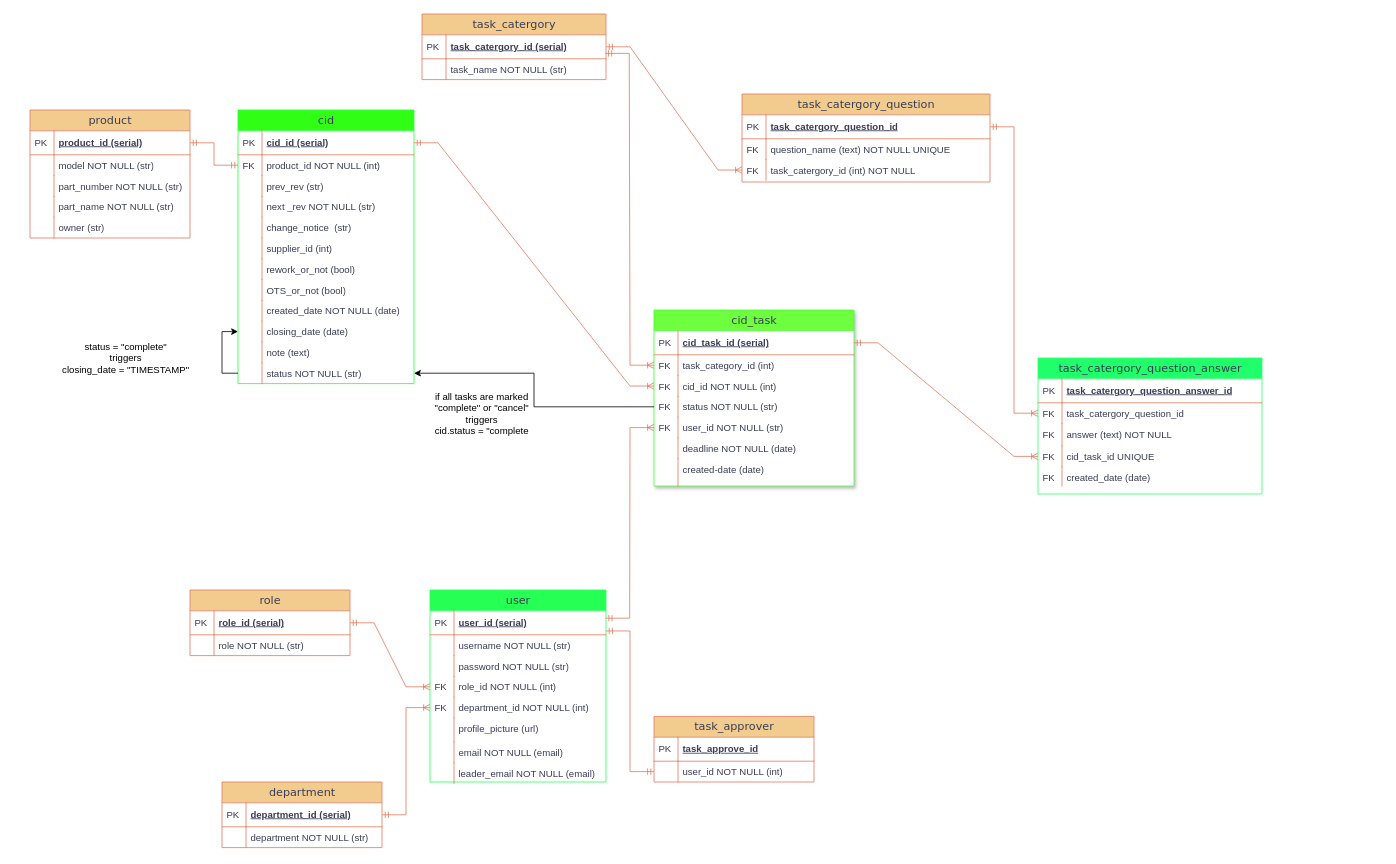
The draw.io diagram Untitled Diagram.drawio in HieuBuiCong/ResumeHieuBC, before the edit. Source tidied: cells renumbered, new cells numbered last; positions are measured from the earlier drawing's top-left corner, leaving out a move shared by most shapes. Both pictures are drawn from the tidied source at 80%, with x=0, y=0 at pixel (14, -106).
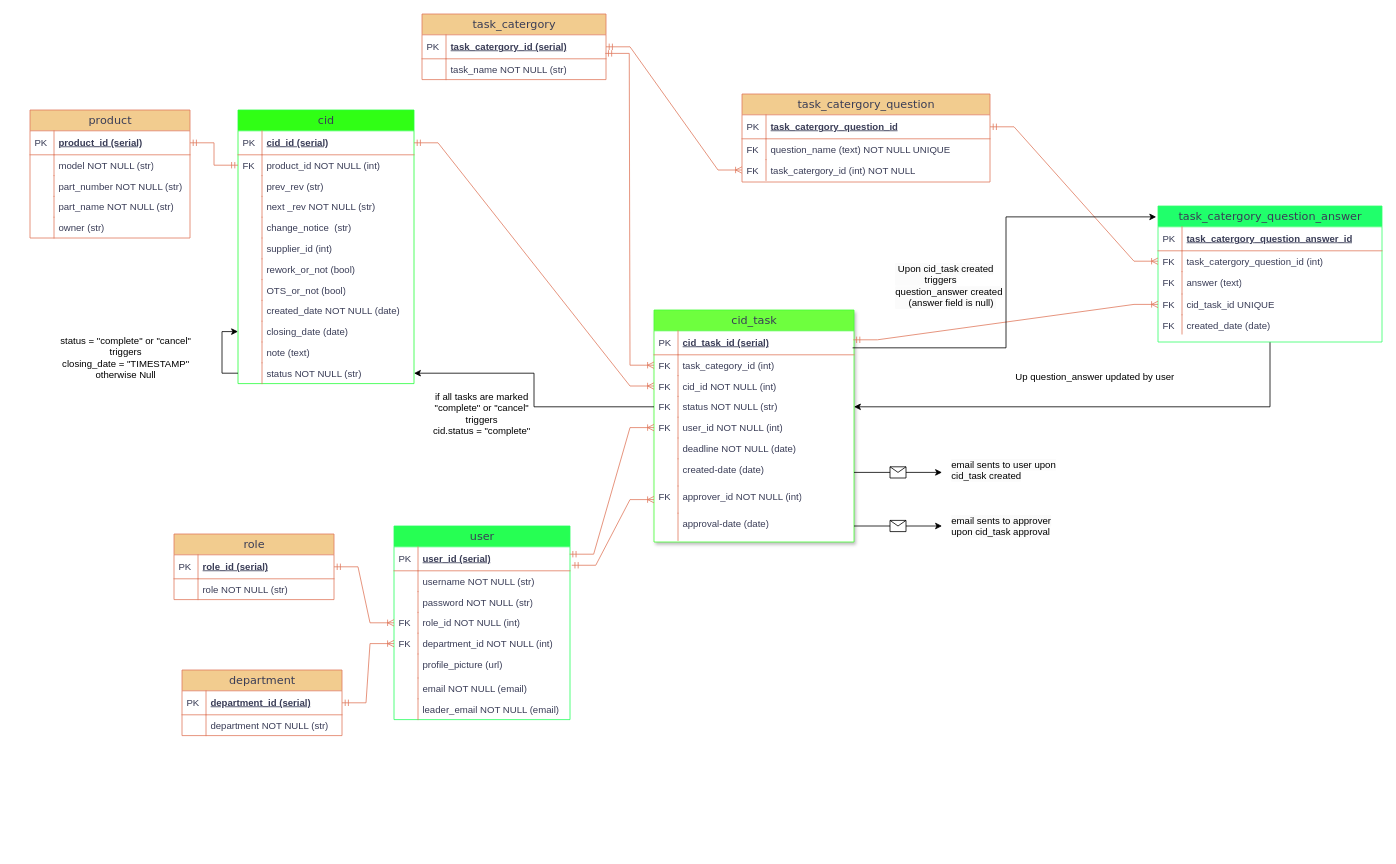
After the change.

Unchanged cells that the change refers to:
```xml
<mxCell id="3" value="user_id (serial)" style="shape=partialRectangle;top=0;left=0;right=0;bottom=1;html=1;align=left;verticalAlign=middle;fillColor=none;spacingLeft=34;spacingRight=4;whiteSpace=wrap;overflow=hidden;points=[[0,0.5],[1,0.5]];portConstraint=eastwest;fontStyle=5;strokeColor=#E07A5F;labelBackgroundColor=none;fontColor=#393C56;" parent="2" vertex="1">
  <mxGeometry y="26" width="220" height="30" as="geometry" />
</mxCell>
<mxCell id="70" value="cid_task_id (serial)" style="shape=partialRectangle;top=0;left=0;right=0;bottom=1;html=1;align=left;verticalAlign=middle;fillColor=none;spacingLeft=34;spacingRight=4;whiteSpace=wrap;overflow=hidden;points=[[0,0.5],[1,0.5]];portConstraint=eastwest;fontStyle=5;labelBackgroundColor=none;strokeColor=#E07A5F;fontColor=#393C56;" parent="69" vertex="1">
  <mxGeometry y="26" width="250" height="30" as="geometry" />
</mxCell>
<mxCell id="76" value="status NOT NULL (str)" style="shape=partialRectangle;top=0;left=0;right=0;bottom=0;html=1;align=left;verticalAlign=top;fillColor=none;spacingLeft=34;spacingRight=4;whiteSpace=wrap;overflow=hidden;points=[[0,0.5],[1,0.5]];portConstraint=eastwest;labelBackgroundColor=none;strokeColor=#E07A5F;fontColor=#393C56;" parent="69" vertex="1">
  <mxGeometry y="108" width="250" height="26" as="geometry" />
</mxCell>
<mxCell id="82" value="created-date (date)" style="shape=partialRectangle;top=0;left=0;right=0;bottom=0;html=1;align=left;verticalAlign=top;fillColor=none;spacingLeft=34;spacingRight=4;whiteSpace=wrap;overflow=hidden;points=[[0,0.5],[1,0.5]];portConstraint=eastwest;labelBackgroundColor=none;strokeColor=#E07A5F;fontColor=#393C56;" parent="69" vertex="1">
  <mxGeometry y="186" width="250" height="34" as="geometry" />
</mxCell>
<mxCell id="111" value="cid_task_id UNIQUE" style="shape=partialRectangle;top=0;left=0;right=0;bottom=0;html=1;align=left;verticalAlign=top;fillColor=none;spacingLeft=34;spacingRight=4;whiteSpace=wrap;overflow=hidden;points=[[0,0.5],[1,0.5]];portConstraint=eastwest;labelBackgroundColor=none;strokeColor=#E07A5F;fontColor=#393C56;" parent="104" vertex="1">
  <mxGeometry y="110" width="280" height="26" as="geometry" />
</mxCell>
```

Diff of the diagram source:
```diff
@@
     <mxCell id="2" value="user" style="swimlane;html=1;fontStyle=0;horizontal=1;startSize=26;fillColor=#26FF53;swimlaneFillColor=#ffffff;align=center;rounded=0;shadow=0;comic=0;labelBackgroundColor=none;strokeWidth=1;fontFamily=Verdana;fontSize=14;strokeColor=#26FF5E;fontColor=#393C56;" parent="1" vertex="1">
-      <mxGeometry x="520" y="870" width="220" height="240" as="geometry" />
+      <mxGeometry x="475" y="790" width="220" height="242" as="geometry" />
     </mxCell>
@@
+    <mxCell id="88" value="leader_email NOT NULL (email)" style="shape=partialRectangle;top=0;left=0;right=0;bottom=0;html=1;align=left;verticalAlign=top;fillColor=none;spacingLeft=34;spacingRight=4;whiteSpace=wrap;overflow=hidden;labelBackgroundColor=none;strokeColor=#E07A5F;fontColor=#393C56;" parent="2" vertex="1">
+      <mxGeometry y="216" width="220" height="26" as="geometry" />
+    </mxCell>
+    <mxCell id="89" style="shape=partialRectangle;top=0;left=0;bottom=0;html=1;fillColor=none;align=left;verticalAlign=top;spacingLeft=4;spacingRight=4;whiteSpace=wrap;overflow=hidden;labelBackgroundColor=none;strokeColor=#E07A5F;fontColor=#393C56;" parent="88" vertex="1">
+      <mxGeometry width="30" height="26" as="geometry" />
+    </mxCell>
@@
     <mxCell id="43" value="department" style="swimlane;html=1;fontStyle=0;horizontal=1;startSize=26;fillColor=#F2CC8F;swimlaneFillColor=#ffffff;align=center;rounded=0;shadow=0;comic=0;labelBackgroundColor=none;strokeWidth=1;fontFamily=Verdana;fontSize=14;strokeColor=#E07A5F;fontColor=#393C56;" parent="1" vertex="1">
-      <mxGeometry x="260" y="1110" width="200" height="82" as="geometry" />
+      <mxGeometry x="210" y="970" width="200" height="82" as="geometry" />
     </mxCell>
@@
     <mxCell id="48" value="role" style="swimlane;html=1;fontStyle=0;horizontal=1;startSize=26;fillColor=#F2CC8F;swimlaneFillColor=#ffffff;align=center;rounded=0;shadow=0;comic=0;labelBackgroundColor=none;strokeWidth=1;fontFamily=Verdana;fontSize=14;strokeColor=#E07A5F;fontColor=#393C56;" parent="1" vertex="1">
-      <mxGeometry x="220" y="870" width="200" height="82" as="geometry" />
+      <mxGeometry x="200" y="800" width="200" height="82" as="geometry" />
     </mxCell>
@@
     <mxCell id="69" value="cid_task" style="swimlane;html=1;fontStyle=0;horizontal=1;startSize=26;fillColor=#6EFF3E;swimlaneFillColor=#ffffff;align=center;rounded=0;shadow=1;comic=0;labelBackgroundColor=none;strokeWidth=1;fontFamily=Verdana;fontSize=14;strokeColor=#46FF34;fontColor=#393C56;" parent="1" vertex="1">
-      <mxGeometry x="800" y="520" width="250" height="220" as="geometry" />
+      <mxGeometry x="800" y="520" width="250" height="290" as="geometry" />
     </mxCell>
@@
-    <mxCell id="78" value="user_id NOT NULL (str)" style="shape=partialRectangle;top=0;left=0;right=0;bottom=0;html=1;align=left;verticalAlign=top;fillColor=none;spacingLeft=34;spacingRight=4;whiteSpace=wrap;overflow=hidden;points=[[0,0.5],[1,0.5]];portConstraint=eastwest;labelBackgroundColor=none;strokeColor=#E07A5F;fontColor=#393C56;" parent="69" vertex="1">
+    <mxCell id="78" value="user_id NOT NULL (int)" style="shape=partialRectangle;top=0;left=0;right=0;bottom=0;html=1;align=left;verticalAlign=top;fillColor=none;spacingLeft=34;spacingRight=4;whiteSpace=wrap;overflow=hidden;points=[[0,0.5],[1,0.5]];portConstraint=eastwest;labelBackgroundColor=none;strokeColor=#E07A5F;fontColor=#393C56;" parent="69" vertex="1">
       <mxGeometry y="134" width="250" height="26" as="geometry" />
     </mxCell>
@@
+    <mxCell id="122" value="approver_id NOT NULL (int)" style="shape=partialRectangle;top=0;left=0;right=0;bottom=0;html=1;align=left;verticalAlign=top;fillColor=none;spacingLeft=34;spacingRight=4;whiteSpace=wrap;overflow=hidden;points=[[0,0.5],[1,0.5]];portConstraint=eastwest;labelBackgroundColor=none;strokeColor=#E07A5F;fontColor=#393C56;" parent="69" vertex="1">
+      <mxGeometry y="220" width="250" height="34" as="geometry" />
+    </mxCell>
+    <mxCell id="123" value="FK" style="shape=partialRectangle;top=0;left=0;bottom=0;html=1;fillColor=none;align=left;verticalAlign=top;spacingLeft=4;spacingRight=4;whiteSpace=wrap;overflow=hidden;labelBackgroundColor=none;strokeColor=#E07A5F;fontColor=#393C56;" parent="122" vertex="1">
+      <mxGeometry width="30" height="34" as="geometry" />
+    </mxCell>
+    <mxCell id="124" value="approval-date (date)" style="shape=partialRectangle;top=0;left=0;right=0;bottom=0;html=1;align=left;verticalAlign=top;fillColor=none;spacingLeft=34;spacingRight=4;whiteSpace=wrap;overflow=hidden;labelBackgroundColor=none;strokeColor=#E07A5F;fontColor=#393C56;" parent="69" vertex="1">
+      <mxGeometry y="254" width="250" height="34" as="geometry" />
+    </mxCell>
+    <mxCell id="125" style="shape=partialRectangle;top=0;left=0;bottom=0;html=1;fillColor=none;align=left;verticalAlign=top;spacingLeft=4;spacingRight=4;whiteSpace=wrap;overflow=hidden;labelBackgroundColor=none;strokeColor=#E07A5F;fontColor=#393C56;" parent="124" vertex="1">
+      <mxGeometry width="30" height="34" as="geometry" />
+    </mxCell>
@@
-    <mxCell id="88" value="leader_email NOT NULL (email)" style="shape=partialRectangle;top=0;left=0;right=0;bottom=0;html=1;align=left;verticalAlign=top;fillColor=none;spacingLeft=34;spacingRight=4;whiteSpace=wrap;overflow=hidden;labelBackgroundColor=none;strokeColor=#E07A5F;fontColor=#393C56;" parent="1" vertex="1">
-      <mxGeometry x="520" y="1086" width="220" height="26" as="geometry" />
-    </mxCell>
-    <mxCell id="89" style="shape=partialRectangle;top=0;left=0;bottom=0;html=1;fillColor=none;align=left;verticalAlign=top;spacingLeft=4;spacingRight=4;whiteSpace=wrap;overflow=hidden;labelBackgroundColor=none;strokeColor=#E07A5F;fontColor=#393C56;" parent="88" vertex="1">
-      <mxGeometry width="30" height="26" as="geometry" />
-    </mxCell>
-    <mxCell id="90" value="task_approver" style="swimlane;html=1;fontStyle=0;horizontal=1;startSize=26;fillColor=#F2CC8F;swimlaneFillColor=#ffffff;align=center;rounded=0;shadow=0;comic=0;labelBackgroundColor=none;strokeWidth=1;fontFamily=Verdana;fontSize=14;strokeColor=#E07A5F;fontColor=#393C56;" parent="1" vertex="1">
-      <mxGeometry x="800" y="1028" width="200" height="82" as="geometry" />
-    </mxCell>
-    <mxCell id="91" value="task_approve_id" style="shape=partialRectangle;top=0;left=0;right=0;bottom=1;html=1;align=left;verticalAlign=middle;fillColor=none;spacingLeft=34;spacingRight=4;whiteSpace=wrap;overflow=hidden;fontStyle=5;labelBackgroundColor=none;strokeColor=#E07A5F;fontColor=#393C56;" parent="90" vertex="1">
-      <mxGeometry y="26" width="200" height="30" as="geometry" />
-    </mxCell>
-    <mxCell id="92" value="PK" style="shape=partialRectangle;top=0;left=0;bottom=0;html=1;fillColor=none;align=left;verticalAlign=middle;spacingLeft=4;spacingRight=4;whiteSpace=wrap;overflow=hidden;labelBackgroundColor=none;strokeColor=#E07A5F;fontColor=#393C56;" parent="91" vertex="1">
-      <mxGeometry width="30" height="30" as="geometry" />
-    </mxCell>
-    <mxCell id="93" value="user_id NOT NULL (int)" style="shape=partialRectangle;top=0;left=0;right=0;bottom=0;html=1;align=left;verticalAlign=top;fillColor=none;spacingLeft=34;spacingRight=4;whiteSpace=wrap;overflow=hidden;points=[[0,0.5],[1,0.5]];portConstraint=eastwest;labelBackgroundColor=none;strokeColor=#E07A5F;fontColor=#393C56;" parent="90" vertex="1">
-      <mxGeometry y="56" width="200" height="26" as="geometry" />
-    </mxCell>
-    <mxCell id="94" style="shape=partialRectangle;top=0;left=0;bottom=0;html=1;fillColor=none;align=left;verticalAlign=top;spacingLeft=4;spacingRight=4;whiteSpace=wrap;overflow=hidden;labelBackgroundColor=none;strokeColor=#E07A5F;fontColor=#393C56;" parent="93" vertex="1">
-      <mxGeometry width="30" height="26" as="geometry" />
-    </mxCell>
-    <mxCell id="95" style="edgeStyle=entityRelationEdgeStyle;fontSize=12;html=1;endArrow=ERmandOne;startArrow=ERmandOne;rounded=0;entryX=1;entryY=0.841;entryDx=0;entryDy=0;exitX=0;exitY=0.5;exitDx=0;exitDy=0;labelBackgroundColor=none;strokeColor=#E07A5F;fontColor=default;entryPerimeter=0;" parent="1" edge="1" source="93" target="3">
-      <mxGeometry relative="1" as="geometry">
-        <Array as="points">
-          <mxPoint x="522" y="1113" />
-          <mxPoint x="460" y="910" />
-        </Array>
-      </mxGeometry>
-    </mxCell>
@@
+    <mxCell id="126" style="edgeStyle=orthogonalEdgeStyle;rounded=0;jettySize=auto;html=1;entryX=1;entryY=0.5;entryDx=0;entryDy=0;" parent="1" edge="1" source="104" target="76">
+      <mxGeometry relative="1" as="geometry" />
+    </mxCell>
     <mxCell id="104" value="task_catergory_question_answer" style="swimlane;html=1;fontStyle=0;horizontal=1;startSize=26;fillColor=#20FF6B;swimlaneFillColor=#ffffff;align=center;rounded=0;shadow=0;comic=0;labelBackgroundColor=none;strokeWidth=1;fontFamily=Verdana;fontSize=14;strokeColor=#36FF6A;fontColor=#393C56;" parent="1" vertex="1">
-      <mxGeometry x="1280" y="580" width="280" height="170" as="geometry" />
+      <mxGeometry x="1430" y="390" width="280" height="170" as="geometry" />
     </mxCell>
@@
-    <mxCell id="107" value="task_catergory_question_id" style="shape=partialRectangle;top=0;left=0;right=0;bottom=0;html=1;align=left;verticalAlign=top;fillColor=none;spacingLeft=34;spacingRight=4;whiteSpace=wrap;overflow=hidden;points=[[0,0.5],[1,0.5]];portConstraint=eastwest;labelBackgroundColor=none;strokeColor=#E07A5F;fontColor=#393C56;" parent="104" vertex="1">
+    <mxCell id="107" value="task_catergory_question_id (int)" style="shape=partialRectangle;top=0;left=0;right=0;bottom=0;html=1;align=left;verticalAlign=top;fillColor=none;spacingLeft=34;spacingRight=4;whiteSpace=wrap;overflow=hidden;points=[[0,0.5],[1,0.5]];portConstraint=eastwest;labelBackgroundColor=none;strokeColor=#E07A5F;fontColor=#393C56;" parent="104" vertex="1">
       <mxGeometry y="56" width="280" height="26" as="geometry" />
     </mxCell>
@@
-    <mxCell id="109" value="answer (text) NOT NULL" style="shape=partialRectangle;top=0;left=0;right=0;bottom=0;html=1;align=left;verticalAlign=top;fillColor=none;spacingLeft=34;spacingRight=4;whiteSpace=wrap;overflow=hidden;labelBackgroundColor=none;strokeColor=#E07A5F;fontColor=#393C56;" parent="104" vertex="1">
+    <mxCell id="109" value="answer (text)" style="shape=partialRectangle;top=0;left=0;right=0;bottom=0;html=1;align=left;verticalAlign=top;fillColor=none;spacingLeft=34;spacingRight=4;whiteSpace=wrap;overflow=hidden;labelBackgroundColor=none;strokeColor=#E07A5F;fontColor=#393C56;" parent="104" vertex="1">
       <mxGeometry y="82" width="280" height="28" as="geometry" />
     </mxCell>
@@
-    <mxCell id="118" style="edgeStyle=entityRelationEdgeStyle;fontSize=12;html=1;endArrow=ERoneToMany;startArrow=ERmandOne;rounded=0;strokeColor=#E07A5F;fontColor=#393C56;fillColor=#F2CC8F;exitX=1;exitY=0.5;exitDx=0;exitDy=0;entryX=0;entryY=0.5;entryDx=0;entryDy=0;" parent="1" edge="1" source="70" target="111">
+    <mxCell id="118" style="edgeStyle=entityRelationEdgeStyle;fontSize=12;html=1;endArrow=ERoneToMany;startArrow=ERmandOne;rounded=0;strokeColor=#E07A5F;fontColor=#393C56;fillColor=#F2CC8F;exitX=0.997;exitY=0.375;exitDx=0;exitDy=0;entryX=0;entryY=0.5;entryDx=0;entryDy=0;exitPerimeter=0;" parent="1" edge="1" source="70" target="111">
       <mxGeometry relative="1" as="geometry">
         <Array as="points">
           <mxPoint x="1095" y="551" />
           <mxPoint x="985" y="121" />
           <mxPoint x="985" y="61" />
           <mxPoint x="1105" y="581" />
           <mxPoint x="925" y="141" />
           <mxPoint x="1115" y="621" />
           <mxPoint x="1025" y="381" />
         </Array>
       </mxGeometry>
     </mxCell>
@@
-    <mxCell id="120" value="if all tasks are marked &quot;complete&quot; or &quot;cancel&quot;&lt;br&gt;triggers&lt;br&gt;cid.status = &quot;complete" style="text;html=1;align=center;verticalAlign=middle;whiteSpace=wrap;rounded=0;" parent="1" vertex="1">
+    <mxCell id="120" value="if all tasks are marked &quot;complete&quot; or &quot;cancel&quot;&lt;br&gt;triggers&lt;br&gt;cid.status = &quot;complete&quot;" style="text;html=1;align=center;verticalAlign=middle;whiteSpace=wrap;rounded=0;" parent="1" vertex="1">
       <mxGeometry x="520" y="612" width="130" height="75" as="geometry" />
     </mxCell>
-    <mxCell id="121" value="status = &quot;complete&quot;&lt;br&gt;triggers&lt;br&gt;closing_date = &quot;TIMESTAMP&quot;" style="text;html=1;align=center;verticalAlign=middle;whiteSpace=wrap;rounded=0;" parent="1" vertex="1">
+    <mxCell id="121" value="status = &quot;complete&quot; or &quot;cancel&quot;&lt;br&gt;triggers&lt;br&gt;closing_date = &quot;TIMESTAMP&quot;&lt;br&gt;otherwise Null" style="text;html=1;align=center;verticalAlign=middle;whiteSpace=wrap;rounded=0;" parent="1" vertex="1">
       <mxGeometry y="560" width="280" height="40" as="geometry" />
     </mxCell>
+    <mxCell id="127" style="endArrow=classic;html=1;rounded=0;exitX=1;exitY=0.5;exitDx=0;exitDy=0;" parent="1" edge="1" source="82">
+      <mxGeometry relative="1" as="geometry">
+        <mxPoint x="1160" y="723" as="targetPoint" />
+      </mxGeometry>
+    </mxCell>
+    <mxCell id="128" style="shape=message;html=1;" parent="127" vertex="1">
+      <mxGeometry width="20" height="14" relative="1" as="geometry">
+        <mxPoint x="-10" y="-7" as="offset" />
+      </mxGeometry>
+    </mxCell>
+    <mxCell id="129" value="&lt;span style=&quot;color: rgb(0, 0, 0); font-family: Helvetica; font-size: 12px; font-style: normal; font-variant-ligatures: normal; font-variant-caps: normal; font-weight: 400; letter-spacing: normal; orphans: 2; text-align: center; text-indent: 0px; text-transform: none; widows: 2; word-spacing: 0px; -webkit-text-stroke-width: 0px; white-space: normal; background-color: rgb(251, 251, 251); text-decoration-thickness: initial; text-decoration-style: initial; text-decoration-color: initial; float: none; display: inline !important;&quot;&gt;email sents to user upon cid_task created&lt;/span&gt;" style="text;whiteSpace=wrap;html=1;" parent="1" vertex="1">
+      <mxGeometry x="1170" y="700" width="140" height="40" as="geometry" />
+    </mxCell>
+    <mxCell id="130" style="endArrow=classic;html=1;rounded=0;exitX=1;exitY=0.5;exitDx=0;exitDy=0;" parent="1" edge="1">
+      <mxGeometry relative="1" as="geometry">
+        <mxPoint x="1050" y="790" as="sourcePoint" />
+        <mxPoint x="1160" y="790" as="targetPoint" />
+      </mxGeometry>
+    </mxCell>
+    <mxCell id="131" style="shape=message;html=1;" parent="130" vertex="1">
+      <mxGeometry width="20" height="14" relative="1" as="geometry">
+        <mxPoint x="-10" y="-7" as="offset" />
+      </mxGeometry>
+    </mxCell>
+    <mxCell id="132" value="&lt;span style=&quot;color: rgb(0, 0, 0); font-family: Helvetica; font-size: 12px; font-style: normal; font-variant-ligatures: normal; font-variant-caps: normal; font-weight: 400; letter-spacing: normal; orphans: 2; text-align: center; text-indent: 0px; text-transform: none; widows: 2; word-spacing: 0px; -webkit-text-stroke-width: 0px; white-space: normal; background-color: rgb(251, 251, 251); text-decoration-thickness: initial; text-decoration-style: initial; text-decoration-color: initial; float: none; display: inline !important;&quot;&gt;email sents to approver upon cid_task approval&lt;/span&gt;" style="text;whiteSpace=wrap;html=1;" parent="1" vertex="1">
+      <mxGeometry x="1170" y="770" width="140" height="40" as="geometry" />
+    </mxCell>
+    <mxCell id="133" style="edgeStyle=entityRelationEdgeStyle;fontSize=12;html=1;endArrow=ERoneToMany;startArrow=ERmandOne;rounded=0;strokeColor=#E07A5F;fontColor=#393C56;fillColor=#F2CC8F;exitX=1.01;exitY=0.769;exitDx=0;exitDy=0;exitPerimeter=0;entryX=0;entryY=0.5;entryDx=0;entryDy=0;" parent="1" edge="1" source="3" target="122">
+      <mxGeometry relative="1" as="geometry">
+        <Array as="points">
+          <mxPoint x="100" y="932" />
+        </Array>
+      </mxGeometry>
+    </mxCell>
+    <mxCell id="134" style="edgeStyle=orthogonalEdgeStyle;rounded=0;jettySize=auto;html=1;entryX=-0.008;entryY=0.08;entryDx=0;entryDy=0;entryPerimeter=0;exitX=0.993;exitY=0.71;exitDx=0;exitDy=0;exitPerimeter=0;" parent="1" edge="1" source="70" target="104">
+      <mxGeometry relative="1" as="geometry" />
+    </mxCell>
+    <mxCell id="135" value="&lt;span style=&quot;color: rgb(0, 0, 0); font-family: Helvetica; font-size: 12px; font-style: normal; font-variant-ligatures: normal; font-variant-caps: normal; font-weight: 400; letter-spacing: normal; orphans: 2; text-align: center; text-indent: 0px; text-transform: none; widows: 2; word-spacing: 0px; -webkit-text-stroke-width: 0px; white-space: normal; background-color: rgb(251, 251, 251); text-decoration-thickness: initial; text-decoration-style: initial; text-decoration-color: initial; float: none; display: inline !important;&quot;&gt;&amp;nbsp;Upon cid_task created&lt;br&gt;&amp;nbsp; &amp;nbsp; &amp;nbsp; &amp;nbsp; &amp;nbsp; &amp;nbsp;triggers &lt;br&gt;question_answer created&lt;br&gt;&amp;nbsp; &amp;nbsp; &amp;nbsp;(answer field is null)&amp;nbsp;&lt;/span&gt;" style="text;whiteSpace=wrap;html=1;" parent="1" vertex="1">
+      <mxGeometry x="1100" y="455" width="140" height="65" as="geometry" />
+    </mxCell>
+    <mxCell id="136" value="&lt;div style=&quot;text-align: center;&quot;&gt;&lt;span style=&quot;background-color: transparent; color: light-dark(rgb(0, 0, 0), rgb(255, 255, 255));&quot;&gt;Up question_answer updated by user&lt;/span&gt;&lt;/div&gt;" style="text;whiteSpace=wrap;html=1;" parent="1" vertex="1">
+      <mxGeometry x="1250" y="590" width="250" height="65" as="geometry" />
+    </mxCell>
```
